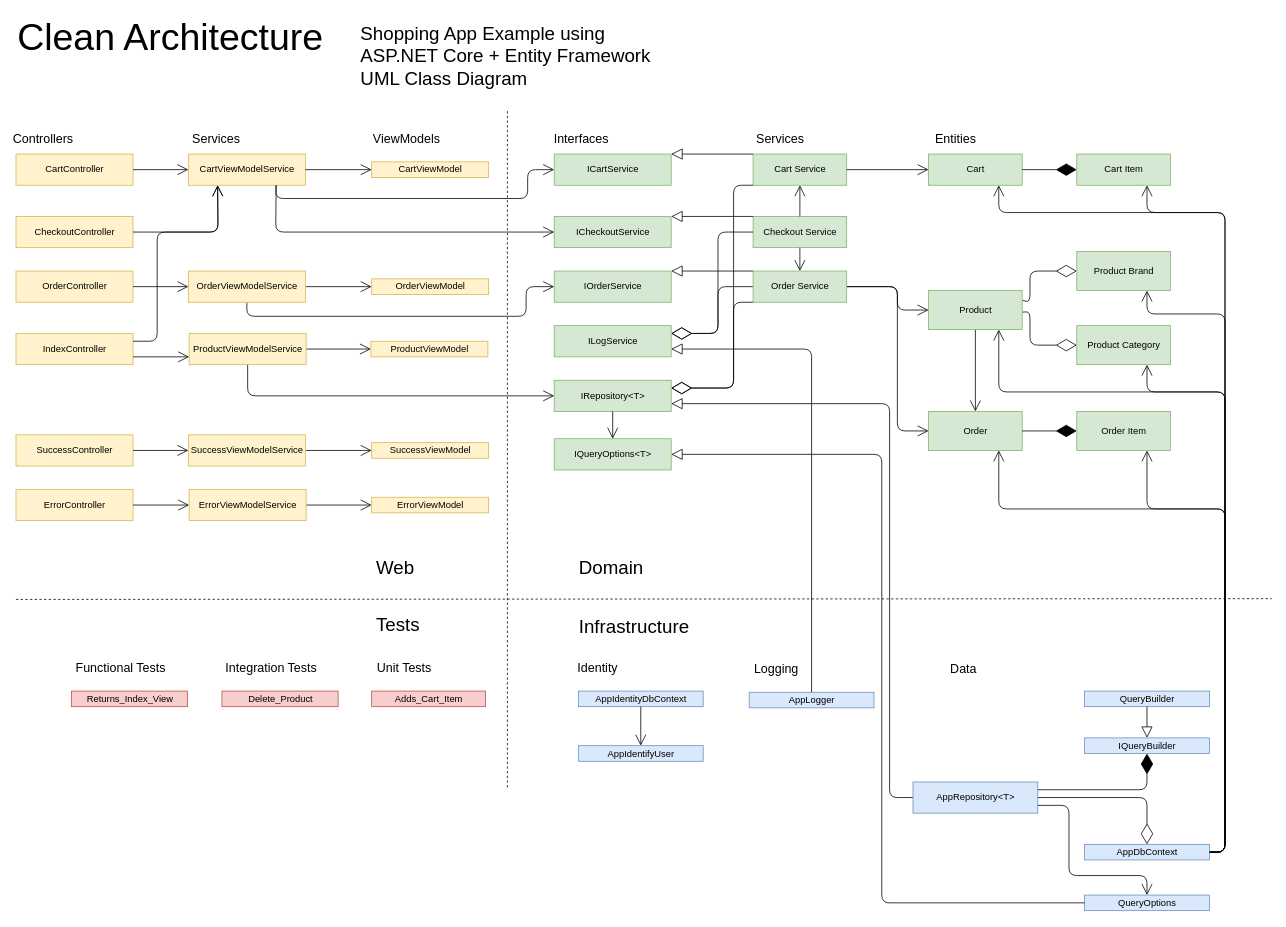
This is Clean_Architecture_Designs/Shopping_v3.drawio from kdaquila/WoodworkingShop, a draw.io file, before an edit. Source tidied: cells renumbered, new cells numbered last; positions are measured from the earlier drawing's top-left corner, leaving out a move shared by most shapes. Both pictures are drawn from the tidied source at 78%, with x=0, y=0 at pixel (16, 13).
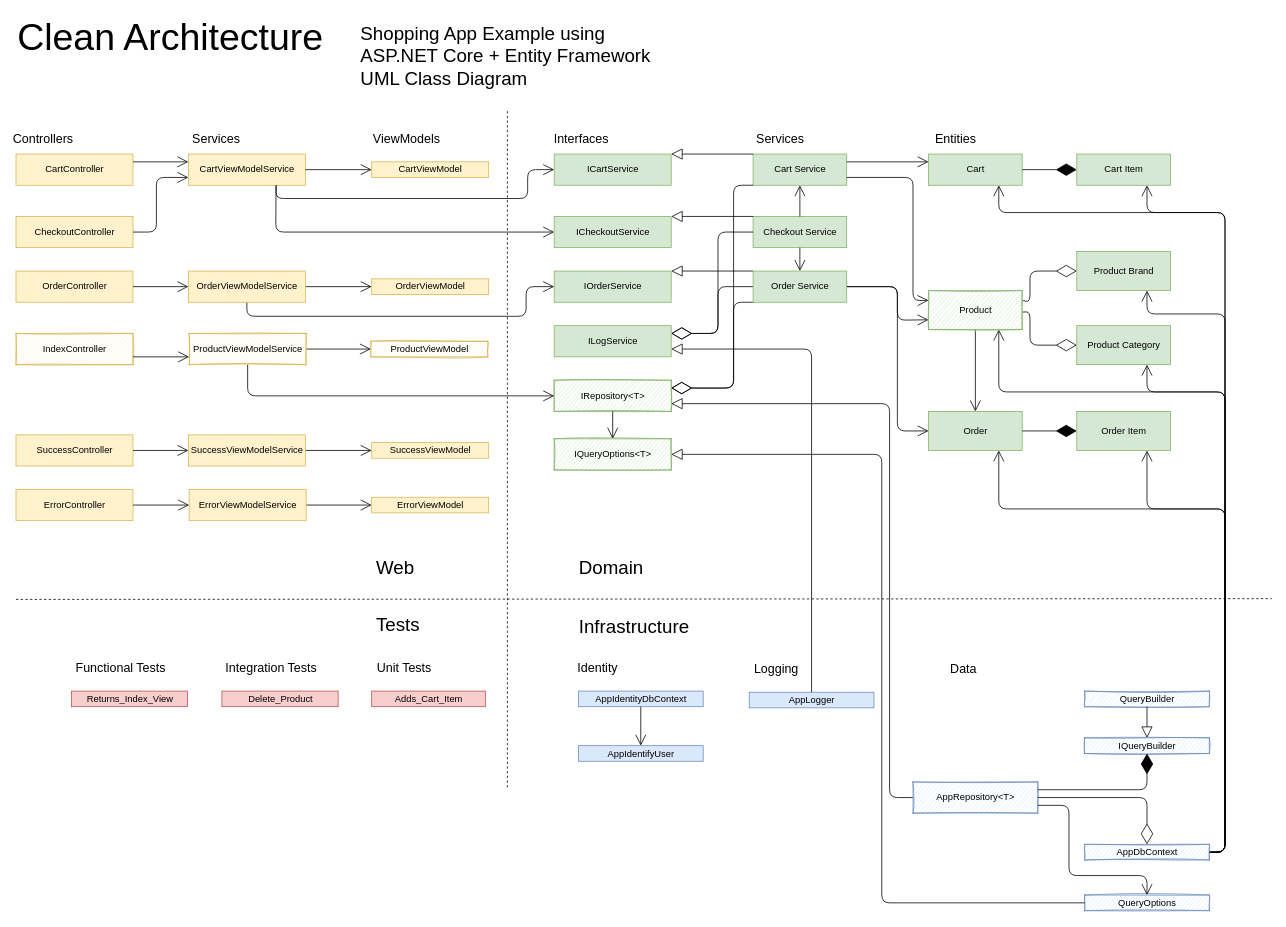
The same page after the edit.

Commit message (it also covers changes not shown here):
Product Description must not be emtpy

Unchanged cells that the change refers to:
```xml
<mxCell id="2" value="Cart" style="html=1;fillColor=#d5e8d4;strokeColor=#82b366;" parent="1" vertex="1">
  <mxGeometry x="1170" y="180" width="120" height="40" as="geometry" />
</mxCell>
<mxCell id="12" value="Cart Service" style="html=1;fillColor=#d5e8d4;strokeColor=#82b366;" parent="1" vertex="1">
  <mxGeometry x="945" y="180" width="120" height="40" as="geometry" />
</mxCell>
<mxCell id="57" value="Order Service" style="html=1;fillColor=#d5e8d4;strokeColor=#82b366;" parent="1" vertex="1">
  <mxGeometry x="945" y="330" width="120" height="40" as="geometry" />
</mxCell>
<mxCell id="67" value="CartController" style="html=1;fillColor=#fff2cc;strokeColor=#d6b656;" parent="1" vertex="1">
  <mxGeometry y="180" width="150" height="40" as="geometry" />
</mxCell>
<mxCell id="68" value="CheckoutController" style="html=1;fillColor=#fff2cc;strokeColor=#d6b656;" parent="1" vertex="1">
  <mxGeometry y="260" width="150" height="40" as="geometry" />
</mxCell>
<mxCell id="74" value="CartViewModelService" style="html=1;fillColor=#fff2cc;strokeColor=#d6b656;" parent="1" vertex="1">
  <mxGeometry x="221" y="180" width="150" height="40" as="geometry" />
</mxCell>
```

The edit, as a diff of the source:
```diff
@@
-    <mxCell id="14" value="IRepository&amp;lt;T&amp;gt;" style="html=1;fillColor=#d5e8d4;strokeColor=#82b366;" parent="1" vertex="1">
+    <mxCell id="14" value="IRepository&amp;lt;T&amp;gt;" style="html=1;fillColor=#d5e8d4;strokeColor=#82b366;glass=0;rounded=0;sketch=1;" parent="1" vertex="1">
       <mxGeometry x="690" y="470" width="150" height="40" as="geometry" />
     </mxCell>
@@
-    <mxCell id="25" style="endArrow=open;endFill=1;endSize=12;html=1;exitX=1;exitY=0.5;exitDx=0;exitDy=0;entryX=0;entryY=0.5;entryDx=0;entryDy=0;" parent="1" edge="1" source="12" target="2">
+    <mxCell id="25" style="endArrow=open;endFill=1;endSize=12;html=1;exitX=1;exitY=0.25;exitDx=0;exitDy=0;entryX=0;entryY=0.25;entryDx=0;entryDy=0;" parent="1" edge="1" source="12" target="2">
       <mxGeometry relative="1" as="geometry" />
     </mxCell>
@@
-    <mxCell id="27" style="endArrow=open;endFill=1;endSize=12;html=1;entryX=0;entryY=0.5;entryDx=0;entryDy=0;exitX=1;exitY=0.5;exitDx=0;exitDy=0;" parent="1" edge="1" source="57" target="56">
+    <mxCell id="27" style="endArrow=open;endFill=1;endSize=12;html=1;entryX=0;entryY=0.75;entryDx=0;entryDy=0;exitX=1;exitY=0.5;exitDx=0;exitDy=0;" parent="1" edge="1" source="57" target="56">
       <mxGeometry relative="1" as="geometry">
         <Array as="points">
           <mxPoint x="1130" y="350" />
-          <mxPoint x="1130" y="380" />
+          <mxPoint x="1130" y="393" />
         </Array>
       </mxGeometry>
     </mxCell>
@@
-    <mxCell id="40" value="AppDbContext" style="html=1;fillColor=#dae8fc;strokeColor=#6c8ebf;" parent="1" vertex="1">
+    <mxCell id="40" value="AppDbContext" style="html=1;fillColor=#dae8fc;strokeColor=#6c8ebf;sketch=1;" parent="1" vertex="1">
       <mxGeometry x="1370" y="1065" width="160" height="20" as="geometry" />
     </mxCell>
@@
-    <mxCell id="42" value="AppRepository&amp;lt;T&amp;gt;" style="html=1;fillColor=#dae8fc;strokeColor=#6c8ebf;" parent="1" vertex="1">
+    <mxCell id="42" value="AppRepository&amp;lt;T&amp;gt;" style="html=1;fillColor=#dae8fc;strokeColor=#6c8ebf;sketch=1;" parent="1" vertex="1">
       <mxGeometry x="1150" y="985" width="160" height="40" as="geometry" />
     </mxCell>
@@
-    <mxCell id="56" value="Product" style="html=1;fillColor=#d5e8d4;strokeColor=#82b366;" parent="1" vertex="1">
+    <mxCell id="56" value="Product" style="html=1;strokeColor=#82b366;fillColor=#d5e8d4;glass=0;rounded=0;sketch=1;" parent="1" vertex="1">
       <mxGeometry x="1170" y="355" width="120" height="50" as="geometry" />
     </mxCell>
@@
-    <mxCell id="65" value="IndexController" style="html=1;fillColor=#fff2cc;strokeColor=#d6b656;" parent="1" vertex="1">
+    <mxCell id="65" value="IndexController" style="html=1;fillColor=#fff2cc;strokeColor=#d6b656;sketch=1;" parent="1" vertex="1">
       <mxGeometry y="410" width="150" height="40" as="geometry" />
     </mxCell>
@@
-    <mxCell id="73" value="ProductViewModel" style="html=1;fillColor=#fff2cc;strokeColor=#d6b656;" parent="1" vertex="1">
+    <mxCell id="73" value="ProductViewModel" style="html=1;fillColor=#fff2cc;strokeColor=#d6b656;sketch=1;" parent="1" vertex="1">
       <mxGeometry x="455" y="420" width="150" height="20" as="geometry" />
     </mxCell>
@@
-    <mxCell id="75" style="endArrow=open;endFill=1;endSize=12;html=1;fontSize=24;entryX=0.25;entryY=1;entryDx=0;entryDy=0;exitX=1;exitY=0.25;exitDx=0;exitDy=0;" parent="1" edge="1" source="65" target="74">
-      <mxGeometry relative="1" as="geometry">
-        <Array as="points">
-          <mxPoint x="181" y="420" />
-          <mxPoint x="181" y="280" />
-          <mxPoint x="259" y="280" />
-        </Array>
-      </mxGeometry>
-    </mxCell>
@@
-    <mxCell id="83" style="endArrow=open;endFill=1;endSize=12;html=1;fontSize=24;entryX=0;entryY=0.5;entryDx=0;entryDy=0;exitX=1;exitY=0.5;exitDx=0;exitDy=0;" parent="1" edge="1" source="67" target="74">
+    <mxCell id="83" style="endArrow=open;endFill=1;endSize=12;html=1;fontSize=24;entryX=0;entryY=0.25;entryDx=0;entryDy=0;exitX=1;exitY=0.25;exitDx=0;exitDy=0;" parent="1" edge="1" source="67" target="74">
       <mxGeometry relative="1" as="geometry" />
     </mxCell>
-    <mxCell id="84" style="endArrow=open;endFill=1;endSize=12;html=1;fontSize=24;entryX=0.25;entryY=1;entryDx=0;entryDy=0;exitX=1;exitY=0.5;exitDx=0;exitDy=0;" parent="1" edge="1" source="68" target="74">
+    <mxCell id="84" style="endArrow=open;endFill=1;endSize=12;html=1;fontSize=24;entryX=0;entryY=0.75;entryDx=0;entryDy=0;exitX=1;exitY=0.5;exitDx=0;exitDy=0;" parent="1" edge="1" source="68" target="74">
       <mxGeometry relative="1" as="geometry">
         <Array as="points">
-          <mxPoint x="259" y="280" />
+          <mxPoint x="180" y="280" />
+          <mxPoint x="180" y="210" />
         </Array>
       </mxGeometry>
     </mxCell>
@@
-    <mxCell id="86" value="ProductViewModelService" style="html=1;fillColor=#fff2cc;strokeColor=#d6b656;" parent="1" vertex="1">
+    <mxCell id="86" value="ProductViewModelService" style="html=1;fillColor=#fff2cc;strokeColor=#d6b656;sketch=1;" parent="1" vertex="1">
       <mxGeometry x="222" y="410" width="150" height="40" as="geometry" />
     </mxCell>
@@
-    <mxCell id="105" value="IQueryOptions&amp;lt;T&amp;gt;" style="html=1;fillColor=#d5e8d4;strokeColor=#82b366;" parent="1" vertex="1">
+    <mxCell id="105" value="IQueryOptions&amp;lt;T&amp;gt;" style="html=1;fillColor=#d5e8d4;strokeColor=#82b366;glass=0;rounded=0;sketch=1;" parent="1" vertex="1">
       <mxGeometry x="690" y="545" width="150" height="40" as="geometry" />
     </mxCell>
@@
-    <mxCell id="107" value="QueryOptions" style="html=1;fillColor=#dae8fc;strokeColor=#6c8ebf;" parent="1" vertex="1">
+    <mxCell id="107" value="QueryOptions" style="html=1;fillColor=#dae8fc;strokeColor=#6c8ebf;sketch=1;" parent="1" vertex="1">
       <mxGeometry x="1370" y="1130" width="160" height="20" as="geometry" />
     </mxCell>
-    <mxCell id="108" value="IQueryBuilder" style="html=1;fillColor=#dae8fc;strokeColor=#6c8ebf;" parent="1" vertex="1">
+    <mxCell id="108" value="IQueryBuilder" style="html=1;fillColor=#dae8fc;strokeColor=#6c8ebf;sketch=1;" parent="1" vertex="1">
       <mxGeometry x="1370" y="928.5" width="160" height="20" as="geometry" />
     </mxCell>
-    <mxCell id="109" value="QueryBuilder" style="html=1;fillColor=#dae8fc;strokeColor=#6c8ebf;" parent="1" vertex="1">
+    <mxCell id="109" value="QueryBuilder" style="html=1;fillColor=#dae8fc;strokeColor=#6c8ebf;sketch=1;" parent="1" vertex="1">
       <mxGeometry x="1370" y="868.5" width="160" height="20" as="geometry" />
     </mxCell>
@@
+    <mxCell id="114" style="endArrow=open;endFill=1;endSize=12;html=1;exitX=1;exitY=0.75;exitDx=0;exitDy=0;entryX=0;entryY=0.25;entryDx=0;entryDy=0;" parent="1" edge="1" source="12" target="56">
+      <mxGeometry relative="1" as="geometry">
+        <Array as="points">
+          <mxPoint x="1150" y="210" />
+          <mxPoint x="1150" y="368" />
+        </Array>
+      </mxGeometry>
+    </mxCell>
```
